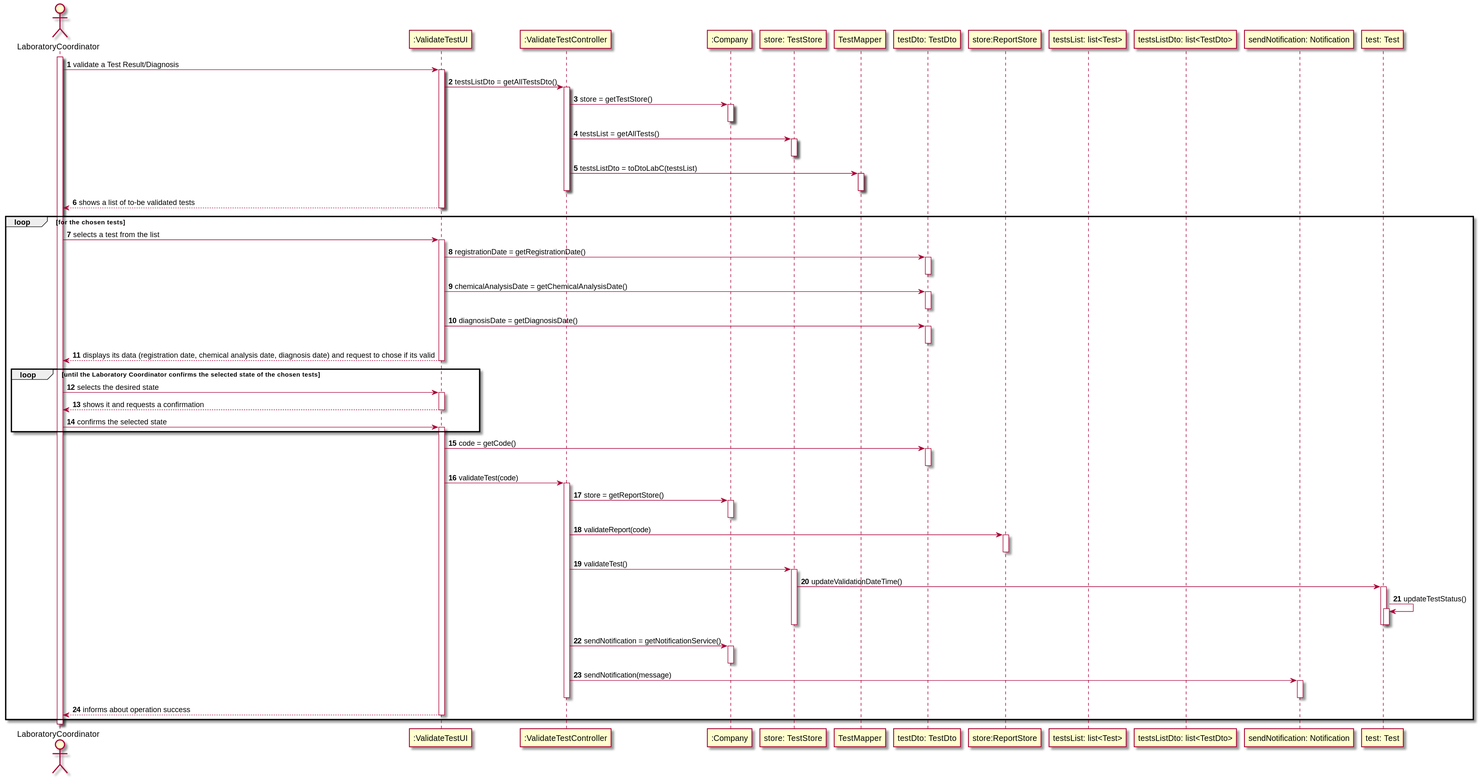
Earlier version of the PlantUML export docs/SprintC/US15/US15-SD.svg (0franciscor/lei-21-s2-1de-g19).
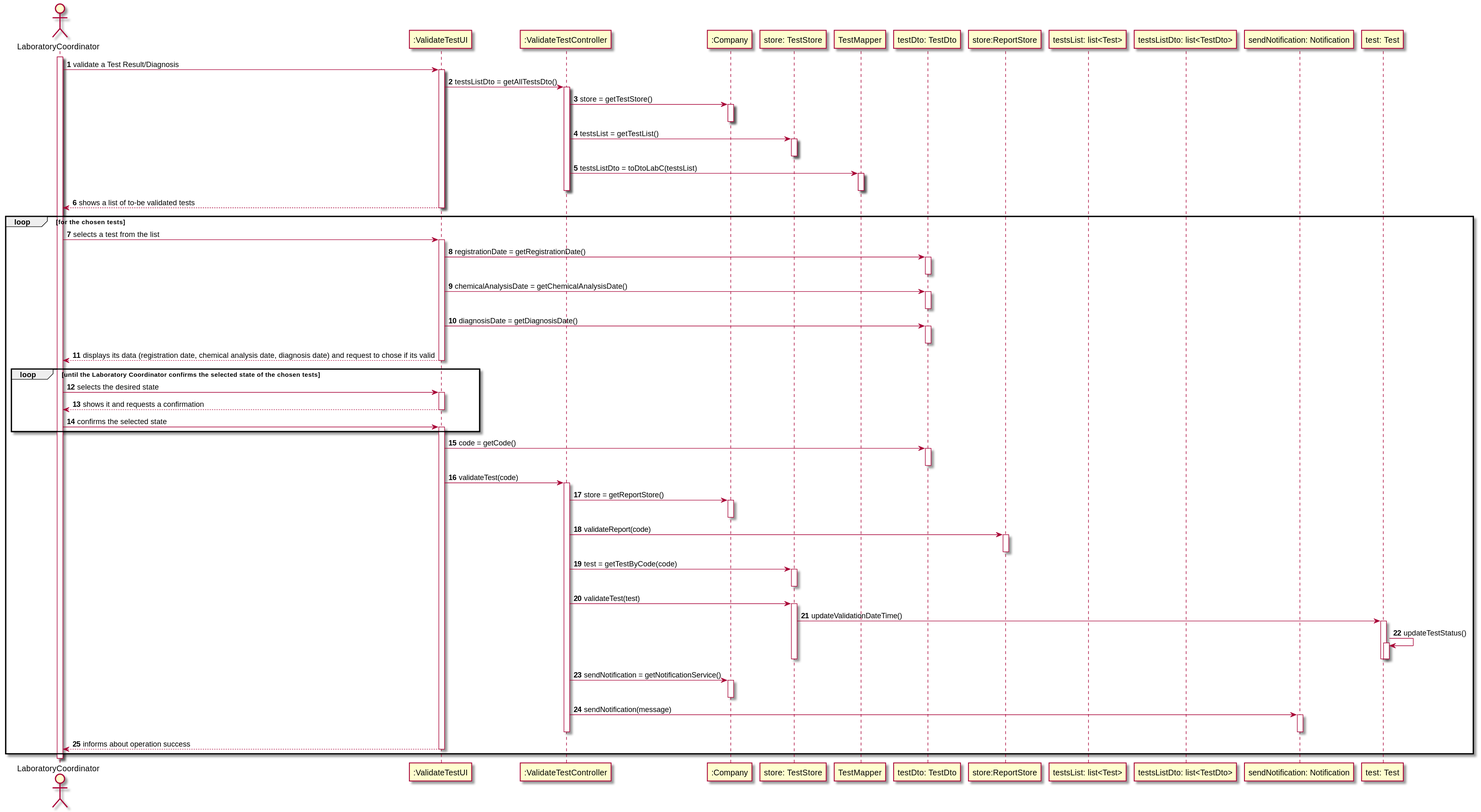
After the commit.

The edit, as a diff of the source:
```diff
@@ -32,7 +32,7 @@
 deactivate comp
 
 
-validateTestCont -> TestStore : testsList = getAllTests()
+validateTestCont -> TestStore : testsList = getTestList()
 activate TestStore
 deactivate TestStore
 
@@ -108,7 +108,11 @@
 activate ReportStore
 deactivate ReportStore
 
-validateTestCont -> TestStore : validateTest()
+validateTestCont -> TestStore : test = getTestByCode(code)
+activate TestStore
+deactivate TestStore
+
+validateTestCont -> TestStore : validateTest(test)
 activate TestStore
 
 
```
